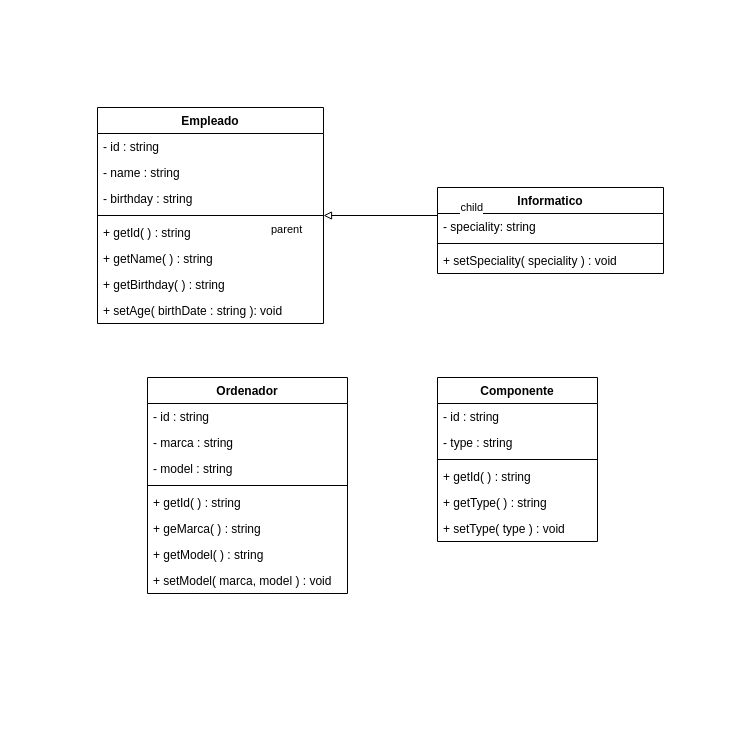
Before: PRO/03-Tarea/03-Tarea-03_1.drawio in soyHiwan/DAM-Cesur, a draw.io diagram. Source tidied: cells renumbered, new cells numbered last; positions are measured from the earlier drawing's top-left corner, leaving out a move shared by most shapes. Both pictures are drawn from the tidied source at 100%, with x=0, y=0 at pixel (97, 107).
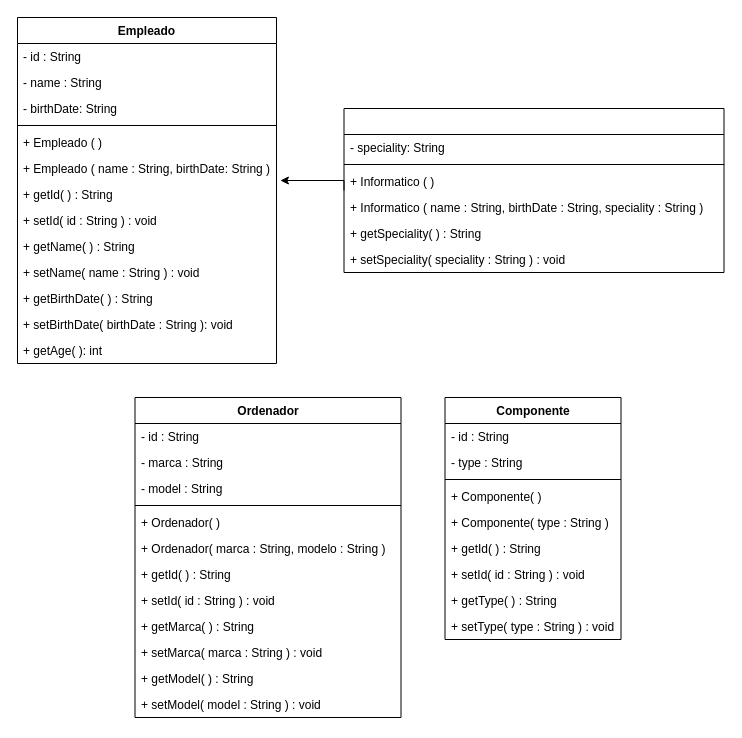
The same diagram, later.

What changed in the source:
```diff
@@
     <mxCell id="2" value="Empleado" style="swimlane;fontStyle=1;align=center;verticalAlign=top;horizontal=1;startSize=26;whiteSpace=wrap;html=1;" parent="1" vertex="1">
-      <mxGeometry width="226" height="216" as="geometry" />
+      <mxGeometry x="-80" y="-90" width="259" height="346" as="geometry" />
     </mxCell>
-    <mxCell id="3" value="- id : string" style="text;strokeColor=none;fillColor=none;align=left;verticalAlign=top;spacingLeft=4;spacingRight=4;overflow=hidden;whiteSpace=wrap;html=1;" parent="2" vertex="1">
-      <mxGeometry y="26" width="226" height="26" as="geometry" />
-    </mxCell>
-    <mxCell id="4" value="- name : string" style="text;strokeColor=none;fillColor=none;align=left;verticalAlign=top;spacingLeft=4;spacingRight=4;overflow=hidden;whiteSpace=wrap;html=1;" parent="2" vertex="1">
-      <mxGeometry y="52" width="226" height="26" as="geometry" />
-    </mxCell>
-    <mxCell id="5" value="- birthday : string" style="text;strokeColor=none;fillColor=none;align=left;verticalAlign=top;spacingLeft=4;spacingRight=4;overflow=hidden;whiteSpace=wrap;html=1;" parent="2" vertex="1">
-      <mxGeometry y="78" width="226" height="26" as="geometry" />
-    </mxCell>
-    <mxCell id="6" style="line;strokeWidth=1;fillColor=none;align=left;verticalAlign=middle;spacingTop=-1;spacingLeft=3;spacingRight=3;labelPosition=right;strokeColor=inherit;labelPerimeter=1;" parent="2" vertex="1">
-      <mxGeometry y="104" width="226" height="8" as="geometry" />
-    </mxCell>
-    <mxCell id="7" value="+ getId( ) : string" style="text;strokeColor=none;fillColor=none;align=left;verticalAlign=top;spacingLeft=4;spacingRight=4;overflow=hidden;whiteSpace=wrap;html=1;" parent="2" vertex="1">
-      <mxGeometry y="112" width="226" height="26" as="geometry" />
-    </mxCell>
-    <mxCell id="8" value="+ getName( ) : string" style="text;strokeColor=none;fillColor=none;align=left;verticalAlign=top;spacingLeft=4;spacingRight=4;overflow=hidden;whiteSpace=wrap;html=1;" parent="2" vertex="1">
-      <mxGeometry y="138" width="226" height="26" as="geometry" />
-    </mxCell>
-    <mxCell id="9" value="+ getBirthday( ) : string" style="text;strokeColor=none;fillColor=none;align=left;verticalAlign=top;spacingLeft=4;spacingRight=4;overflow=hidden;whiteSpace=wrap;html=1;" parent="2" vertex="1">
-      <mxGeometry y="164" width="226" height="26" as="geometry" />
-    </mxCell>
-    <mxCell id="10" value="+ setAge( birthDate : string ): void" style="text;strokeColor=none;fillColor=none;align=left;verticalAlign=top;spacingLeft=4;spacingRight=4;overflow=hidden;whiteSpace=wrap;html=1;" parent="2" vertex="1">
-      <mxGeometry y="190" width="226" height="26" as="geometry" />
-    </mxCell>
-    <mxCell id="11" value="Informatico" style="swimlane;fontStyle=1;align=center;verticalAlign=top;horizontal=1;startSize=26;whiteSpace=wrap;html=1;" parent="1" vertex="1">
-      <mxGeometry x="340" y="80" width="226" height="86" as="geometry" />
-    </mxCell>
-    <mxCell id="12" value="- speciality: string" style="text;strokeColor=none;fillColor=none;align=left;verticalAlign=top;spacingLeft=4;spacingRight=4;overflow=hidden;points=[[0,0.5],[1,0.5]];portConstraint=eastwest;whiteSpace=wrap;html=1;" parent="11" vertex="1">
-      <mxGeometry y="26" width="226" height="26" as="geometry" />
-    </mxCell>
-    <mxCell id="13" style="line;strokeWidth=1;fillColor=none;align=left;verticalAlign=middle;spacingTop=-1;spacingLeft=3;spacingRight=3;labelPosition=right;strokeColor=inherit;labelPerimeter=1;" parent="11" vertex="1">
-      <mxGeometry y="52" width="226" height="8" as="geometry" />
-    </mxCell>
-    <mxCell id="14" value="+ setSpeciality( speciality ) : void" style="text;strokeColor=none;fillColor=none;align=left;verticalAlign=top;spacingLeft=4;spacingRight=4;overflow=hidden;whiteSpace=wrap;html=1;" parent="11" vertex="1">
-      <mxGeometry y="60" width="226" height="26" as="geometry" />
-    </mxCell>
-    <mxCell id="15" style="endArrow=none;html=1;edgeStyle=orthogonalEdgeStyle;rounded=0;defaultLabelBackgroundColor=page;labelPadding=0 4;exitX=1;exitY=0.5;exitDx=0;exitDy=0;entryX=0;entryY=0.077;entryDx=0;entryDy=0;endFill=0;startArrow=block;startFill=0;entryPerimeter=0;" parent="1" edge="1" source="2" target="12">
-      <mxGeometry x="-0.57" relative="1" as="geometry" />
-    </mxCell>
-    <mxCell id="16" value="parent" style="edgeLabel;html=1;align=left;verticalAlign=bottom;inheritText=1;defaultLabelBackgroundColor=page;labelPadding=0 4;" parent="15" vertex="1">
-      <mxGeometry x="-1" relative="1" as="geometry">
-        <mxPoint x="-54" y="22" as="offset" />
-      </mxGeometry>
-    </mxCell>
-    <mxCell id="17" value="child" style="edgeLabel;html=1;align=right;verticalAlign=bottom;inheritText=1;defaultLabelBackgroundColor=page;labelPadding=0 4;" parent="15" vertex="1">
-      <mxGeometry x="1" relative="1" as="geometry">
-        <mxPoint x="46" as="offset" />
-      </mxGeometry>
-    </mxCell>
+    <mxCell id="34" value="- id : String" style="text;strokeColor=none;fillColor=none;align=left;verticalAlign=top;spacingLeft=4;spacingRight=4;overflow=hidden;whiteSpace=wrap;html=1;" parent="2" vertex="1">
+      <mxGeometry y="26" width="259" height="26" as="geometry" />
+    </mxCell>
+    <mxCell id="35" value="- name : String" style="text;strokeColor=none;fillColor=none;align=left;verticalAlign=top;spacingLeft=4;spacingRight=4;overflow=hidden;whiteSpace=wrap;html=1;" parent="2" vertex="1">
+      <mxGeometry y="52" width="259" height="26" as="geometry" />
+    </mxCell>
+    <mxCell id="36" value="- birthDate: String" style="text;strokeColor=none;fillColor=none;align=left;verticalAlign=top;spacingLeft=4;spacingRight=4;overflow=hidden;whiteSpace=wrap;html=1;" parent="2" vertex="1">
+      <mxGeometry y="78" width="259" height="26" as="geometry" />
+    </mxCell>
+    <mxCell id="37" style="line;strokeWidth=1;fillColor=none;align=left;verticalAlign=middle;spacingTop=-1;spacingLeft=3;spacingRight=3;labelPosition=right;strokeColor=inherit;labelPerimeter=1;" parent="2" vertex="1">
+      <mxGeometry y="104" width="259" height="8" as="geometry" />
+    </mxCell>
+    <mxCell id="38" value="+ Empleado ( )" style="text;strokeColor=none;fillColor=none;align=left;verticalAlign=top;spacingLeft=4;spacingRight=4;overflow=hidden;whiteSpace=wrap;html=1;" parent="2" vertex="1">
+      <mxGeometry y="112" width="259" height="26" as="geometry" />
+    </mxCell>
+    <mxCell id="39" value="+ Empleado ( name : String, birthDate: String )" style="text;strokeColor=none;fillColor=none;align=left;verticalAlign=top;spacingLeft=4;spacingRight=4;overflow=hidden;whiteSpace=wrap;html=1;" parent="2" vertex="1">
+      <mxGeometry y="138" width="259" height="26" as="geometry" />
+    </mxCell>
+    <mxCell id="40" value="+ getId( ) : String" style="text;strokeColor=none;fillColor=none;align=left;verticalAlign=top;spacingLeft=4;spacingRight=4;overflow=hidden;points=[[0,0.5],[1,0.5]];portConstraint=eastwest;whiteSpace=wrap;html=1;" parent="2" vertex="1">
+      <mxGeometry y="164" width="259" height="26" as="geometry" />
+    </mxCell>
+    <mxCell id="41" value="+ setId( id : String ) : void" style="text;strokeColor=none;fillColor=none;align=left;verticalAlign=top;spacingLeft=4;spacingRight=4;overflow=hidden;whiteSpace=wrap;html=1;" parent="2" vertex="1">
+      <mxGeometry y="190" width="259" height="26" as="geometry" />
+    </mxCell>
+    <mxCell id="42" value="+ getName( ) : String" style="text;strokeColor=none;fillColor=none;align=left;verticalAlign=top;spacingLeft=4;spacingRight=4;overflow=hidden;whiteSpace=wrap;html=1;" parent="2" vertex="1">
+      <mxGeometry y="216" width="259" height="26" as="geometry" />
+    </mxCell>
+    <mxCell id="43" value="+ setName( name : String ) : void" style="text;strokeColor=none;fillColor=none;align=left;verticalAlign=top;spacingLeft=4;spacingRight=4;overflow=hidden;whiteSpace=wrap;html=1;" parent="2" vertex="1">
+      <mxGeometry y="242" width="259" height="26" as="geometry" />
+    </mxCell>
+    <mxCell id="44" value="+ getBirthDate( ) : String" style="text;strokeColor=none;fillColor=none;align=left;verticalAlign=top;spacingLeft=4;spacingRight=4;overflow=hidden;whiteSpace=wrap;html=1;" parent="2" vertex="1">
+      <mxGeometry y="268" width="259" height="26" as="geometry" />
+    </mxCell>
+    <mxCell id="45" value="+ setBirthDate( birthDate : String ): void" style="text;strokeColor=none;fillColor=none;align=left;verticalAlign=top;spacingLeft=4;spacingRight=4;overflow=hidden;whiteSpace=wrap;html=1;" parent="2" vertex="1">
+      <mxGeometry y="294" width="259" height="26" as="geometry" />
+    </mxCell>
+    <mxCell id="46" value="+ getAge( ): int" style="text;strokeColor=none;fillColor=none;align=left;verticalAlign=top;spacingLeft=4;spacingRight=4;overflow=hidden;whiteSpace=wrap;html=1;" parent="2" vertex="1">
+      <mxGeometry y="320" width="259" height="26" as="geometry" />
+    </mxCell>
+    <mxCell id="47" value=" " style="swimlane;fontStyle=1;align=center;verticalAlign=top;horizontal=1;startSize=26;whiteSpace=wrap;html=1;" parent="1" vertex="1">
+      <mxGeometry x="246.5" y="1" width="380" height="164" as="geometry" />
+    </mxCell>
+    <mxCell id="48" value="- speciality: String" style="text;strokeColor=none;fillColor=none;align=left;verticalAlign=top;spacingLeft=4;spacingRight=4;overflow=hidden;whiteSpace=wrap;html=1;" parent="47" vertex="1">
+      <mxGeometry y="26" width="380" height="26" as="geometry" />
+    </mxCell>
+    <mxCell id="49" style="line;strokeWidth=1;fillColor=none;align=left;verticalAlign=middle;spacingTop=-1;spacingLeft=3;spacingRight=3;labelPosition=right;strokeColor=inherit;labelPerimeter=1;" parent="47" vertex="1">
+      <mxGeometry y="52" width="380" height="8" as="geometry" />
+    </mxCell>
+    <mxCell id="50" value="+ Informatico ( )" style="text;strokeColor=none;fillColor=none;align=left;verticalAlign=top;spacingLeft=4;spacingRight=4;overflow=hidden;whiteSpace=wrap;html=1;" parent="47" vertex="1">
+      <mxGeometry y="60" width="380" height="26" as="geometry" />
+    </mxCell>
+    <mxCell id="51" value="+ Informatico ( name : String, birthDate : String, speciality : String )" style="text;strokeColor=none;fillColor=none;align=left;verticalAlign=top;spacingLeft=4;spacingRight=4;overflow=hidden;whiteSpace=wrap;html=1;" parent="47" vertex="1">
+      <mxGeometry y="86" width="380" height="26" as="geometry" />
+    </mxCell>
+    <mxCell id="52" value="+ getSpeciality( ) : String" style="text;strokeColor=none;fillColor=none;align=left;verticalAlign=top;spacingLeft=4;spacingRight=4;overflow=hidden;whiteSpace=wrap;html=1;" parent="47" vertex="1">
+      <mxGeometry y="112" width="380" height="26" as="geometry" />
+    </mxCell>
+    <mxCell id="53" value="+ setSpeciality( speciality : String ) : void" style="text;strokeColor=none;fillColor=none;align=left;verticalAlign=top;spacingLeft=4;spacingRight=4;overflow=hidden;whiteSpace=wrap;html=1;" parent="47" vertex="1">
+      <mxGeometry y="138" width="380" height="26" as="geometry" />
+    </mxCell>
     <mxCell id="18" value="Ordenador" style="swimlane;fontStyle=1;align=center;verticalAlign=top;horizontal=1;startSize=26;whiteSpace=wrap;html=1;" parent="1" vertex="1">
-      <mxGeometry x="50" y="270" width="200" height="216" as="geometry" />
+      <mxGeometry x="37.5" y="290" width="266" height="320" as="geometry" />
     </mxCell>
-    <mxCell id="19" value="- id : string" style="text;strokeColor=none;fillColor=none;align=left;verticalAlign=top;spacingLeft=4;spacingRight=4;overflow=hidden;whiteSpace=wrap;html=1;" parent="18" vertex="1">
-      <mxGeometry y="26" width="200" height="26" as="geometry" />
-    </mxCell>
-    <mxCell id="20" value="- marca : string" style="text;strokeColor=none;fillColor=none;align=left;verticalAlign=top;spacingLeft=4;spacingRight=4;overflow=hidden;whiteSpace=wrap;html=1;" parent="18" vertex="1">
-      <mxGeometry y="52" width="200" height="26" as="geometry" />
-    </mxCell>
-    <mxCell id="21" value="- model : string" style="text;strokeColor=none;fillColor=none;align=left;verticalAlign=top;spacingLeft=4;spacingRight=4;overflow=hidden;whiteSpace=wrap;html=1;" parent="18" vertex="1">
-      <mxGeometry y="78" width="200" height="26" as="geometry" />
-    </mxCell>
-    <mxCell id="22" style="line;strokeWidth=1;fillColor=none;align=left;verticalAlign=middle;spacingTop=-1;spacingLeft=3;spacingRight=3;labelPosition=right;strokeColor=inherit;labelPerimeter=1;" parent="18" vertex="1">
-      <mxGeometry y="104" width="200" height="8" as="geometry" />
-    </mxCell>
-    <mxCell id="23" value="+ getId( ) : string" style="text;strokeColor=none;fillColor=none;align=left;verticalAlign=top;spacingLeft=4;spacingRight=4;overflow=hidden;whiteSpace=wrap;html=1;" parent="18" vertex="1">
-      <mxGeometry y="112" width="200" height="26" as="geometry" />
-    </mxCell>
-    <mxCell id="24" value="+ geMarca( ) : string" style="text;strokeColor=none;fillColor=none;align=left;verticalAlign=top;spacingLeft=4;spacingRight=4;overflow=hidden;whiteSpace=wrap;html=1;" parent="18" vertex="1">
-      <mxGeometry y="138" width="200" height="26" as="geometry" />
-    </mxCell>
-    <mxCell id="25" value="+ getModel( ) : string" style="text;strokeColor=none;fillColor=none;align=left;verticalAlign=top;spacingLeft=4;spacingRight=4;overflow=hidden;whiteSpace=wrap;html=1;" parent="18" vertex="1">
-      <mxGeometry y="164" width="200" height="26" as="geometry" />
-    </mxCell>
-    <mxCell id="26" value="+ setModel( marca, model ) : void" style="text;strokeColor=none;fillColor=none;align=left;verticalAlign=top;spacingLeft=4;spacingRight=4;overflow=hidden;whiteSpace=wrap;html=1;" parent="18" vertex="1">
-      <mxGeometry y="190" width="200" height="26" as="geometry" />
-    </mxCell>
+    <mxCell id="54" value="- id : String" style="text;strokeColor=none;fillColor=none;align=left;verticalAlign=top;spacingLeft=4;spacingRight=4;overflow=hidden;whiteSpace=wrap;html=1;" parent="18" vertex="1">
+      <mxGeometry y="26" width="266" height="26" as="geometry" />
+    </mxCell>
+    <mxCell id="55" value="- marca : String" style="text;strokeColor=none;fillColor=none;align=left;verticalAlign=top;spacingLeft=4;spacingRight=4;overflow=hidden;whiteSpace=wrap;html=1;" parent="18" vertex="1">
+      <mxGeometry y="52" width="266" height="26" as="geometry" />
+    </mxCell>
+    <mxCell id="56" value="- model : String" style="text;strokeColor=none;fillColor=none;align=left;verticalAlign=top;spacingLeft=4;spacingRight=4;overflow=hidden;whiteSpace=wrap;html=1;" parent="18" vertex="1">
+      <mxGeometry y="78" width="266" height="26" as="geometry" />
+    </mxCell>
+    <mxCell id="57" style="line;strokeWidth=1;fillColor=none;align=left;verticalAlign=middle;spacingTop=-1;spacingLeft=3;spacingRight=3;labelPosition=right;strokeColor=inherit;labelPerimeter=1;" parent="18" vertex="1">
+      <mxGeometry y="104" width="266" height="8" as="geometry" />
+    </mxCell>
+    <mxCell id="58" value="+ Ordenador( )" style="text;strokeColor=none;fillColor=none;align=left;verticalAlign=top;spacingLeft=4;spacingRight=4;overflow=hidden;whiteSpace=wrap;html=1;" parent="18" vertex="1">
+      <mxGeometry y="112" width="266" height="26" as="geometry" />
+    </mxCell>
+    <mxCell id="59" value="+ Ordenador( marca : String, modelo : String )" style="text;strokeColor=none;fillColor=none;align=left;verticalAlign=top;spacingLeft=4;spacingRight=4;overflow=hidden;whiteSpace=wrap;html=1;" parent="18" vertex="1">
+      <mxGeometry y="138" width="266" height="26" as="geometry" />
+    </mxCell>
+    <mxCell id="60" value="+ getId( ) : String" style="text;strokeColor=none;fillColor=none;align=left;verticalAlign=top;spacingLeft=4;spacingRight=4;overflow=hidden;whiteSpace=wrap;html=1;" parent="18" vertex="1">
+      <mxGeometry y="164" width="266" height="26" as="geometry" />
+    </mxCell>
+    <mxCell id="61" value="+ setId( id : String ) : void" style="text;strokeColor=none;fillColor=none;align=left;verticalAlign=top;spacingLeft=4;spacingRight=4;overflow=hidden;whiteSpace=wrap;html=1;" parent="18" vertex="1">
+      <mxGeometry y="190" width="266" height="26" as="geometry" />
+    </mxCell>
+    <mxCell id="62" value="+ getMarca( ) : String" style="text;strokeColor=none;fillColor=none;align=left;verticalAlign=top;spacingLeft=4;spacingRight=4;overflow=hidden;whiteSpace=wrap;html=1;" parent="18" vertex="1">
+      <mxGeometry y="216" width="266" height="26" as="geometry" />
+    </mxCell>
+    <mxCell id="63" value="+ setMarca( marca : String ) : void" style="text;strokeColor=none;fillColor=none;align=left;verticalAlign=top;spacingLeft=4;spacingRight=4;overflow=hidden;whiteSpace=wrap;html=1;" parent="18" vertex="1">
+      <mxGeometry y="242" width="266" height="26" as="geometry" />
+    </mxCell>
+    <mxCell id="64" value="+ getModel( ) : String" style="text;strokeColor=none;fillColor=none;align=left;verticalAlign=top;spacingLeft=4;spacingRight=4;overflow=hidden;whiteSpace=wrap;html=1;" parent="18" vertex="1">
+      <mxGeometry y="268" width="266" height="26" as="geometry" />
+    </mxCell>
+    <mxCell id="65" value="+ setModel( model : String ) : void" style="text;strokeColor=none;fillColor=none;align=left;verticalAlign=top;spacingLeft=4;spacingRight=4;overflow=hidden;whiteSpace=wrap;html=1;" parent="18" vertex="1">
+      <mxGeometry y="294" width="266" height="26" as="geometry" />
+    </mxCell>
     <mxCell id="27" value="Componente" style="swimlane;fontStyle=1;align=center;verticalAlign=top;horizontal=1;startSize=26;whiteSpace=wrap;html=1;" parent="1" vertex="1">
-      <mxGeometry x="340" y="270" width="160" height="164" as="geometry" />
+      <mxGeometry x="347.5" y="290" width="176" height="242" as="geometry" />
     </mxCell>
-    <mxCell id="28" value="- id : string" style="text;strokeColor=none;fillColor=none;align=left;verticalAlign=top;spacingLeft=4;spacingRight=4;overflow=hidden;whiteSpace=wrap;html=1;" parent="27" vertex="1">
-      <mxGeometry y="26" width="160" height="26" as="geometry" />
-    </mxCell>
-    <mxCell id="29" value="- type : string" style="text;strokeColor=none;fillColor=none;align=left;verticalAlign=top;spacingLeft=4;spacingRight=4;overflow=hidden;whiteSpace=wrap;html=1;" parent="27" vertex="1">
-      <mxGeometry y="52" width="160" height="26" as="geometry" />
-    </mxCell>
-    <mxCell id="30" style="line;strokeWidth=1;fillColor=none;align=left;verticalAlign=middle;spacingTop=-1;spacingLeft=3;spacingRight=3;labelPosition=right;strokeColor=inherit;labelPerimeter=1;" parent="27" vertex="1">
-      <mxGeometry y="78" width="160" height="8" as="geometry" />
-    </mxCell>
-    <mxCell id="31" value="+ getId( ) : string" style="text;strokeColor=none;fillColor=none;align=left;verticalAlign=top;spacingLeft=4;spacingRight=4;overflow=hidden;whiteSpace=wrap;html=1;" parent="27" vertex="1">
-      <mxGeometry y="86" width="160" height="26" as="geometry" />
-    </mxCell>
-    <mxCell id="32" value="+ getType( ) : string" style="text;strokeColor=none;fillColor=none;align=left;verticalAlign=top;spacingLeft=4;spacingRight=4;overflow=hidden;whiteSpace=wrap;html=1;" parent="27" vertex="1">
-      <mxGeometry y="112" width="160" height="26" as="geometry" />
-    </mxCell>
-    <mxCell id="33" value="+ setType( type ) : void" style="text;strokeColor=none;fillColor=none;align=left;verticalAlign=top;spacingLeft=4;spacingRight=4;overflow=hidden;whiteSpace=wrap;html=1;" parent="27" vertex="1">
-      <mxGeometry y="138" width="160" height="26" as="geometry" />
-    </mxCell>
+    <mxCell id="66" value="- id : String" style="text;strokeColor=none;fillColor=none;align=left;verticalAlign=top;spacingLeft=4;spacingRight=4;overflow=hidden;whiteSpace=wrap;html=1;" parent="27" vertex="1">
+      <mxGeometry y="26" width="176" height="26" as="geometry" />
+    </mxCell>
+    <mxCell id="67" value="- type : String" style="text;strokeColor=none;fillColor=none;align=left;verticalAlign=top;spacingLeft=4;spacingRight=4;overflow=hidden;whiteSpace=wrap;html=1;" parent="27" vertex="1">
+      <mxGeometry y="52" width="176" height="26" as="geometry" />
+    </mxCell>
+    <mxCell id="68" style="line;strokeWidth=1;fillColor=none;align=left;verticalAlign=middle;spacingTop=-1;spacingLeft=3;spacingRight=3;labelPosition=right;strokeColor=inherit;labelPerimeter=1;" parent="27" vertex="1">
+      <mxGeometry y="78" width="176" height="8" as="geometry" />
+    </mxCell>
+    <mxCell id="69" value="+ Componente( )" style="text;strokeColor=none;fillColor=none;align=left;verticalAlign=top;spacingLeft=4;spacingRight=4;overflow=hidden;whiteSpace=wrap;html=1;" parent="27" vertex="1">
+      <mxGeometry y="86" width="176" height="26" as="geometry" />
+    </mxCell>
+    <mxCell id="70" value="+ Componente( type : String )" style="text;strokeColor=none;fillColor=none;align=left;verticalAlign=top;spacingLeft=4;spacingRight=4;overflow=hidden;whiteSpace=wrap;html=1;" parent="27" vertex="1">
+      <mxGeometry y="112" width="176" height="26" as="geometry" />
+    </mxCell>
+    <mxCell id="71" value="+ getId( ) : String" style="text;strokeColor=none;fillColor=none;align=left;verticalAlign=top;spacingLeft=4;spacingRight=4;overflow=hidden;whiteSpace=wrap;html=1;" parent="27" vertex="1">
+      <mxGeometry y="138" width="176" height="26" as="geometry" />
+    </mxCell>
+    <mxCell id="72" value="+ setId( id : String ) : void" style="text;strokeColor=none;fillColor=none;align=left;verticalAlign=top;spacingLeft=4;spacingRight=4;overflow=hidden;whiteSpace=wrap;html=1;" parent="27" vertex="1">
+      <mxGeometry y="164" width="176" height="26" as="geometry" />
+    </mxCell>
+    <mxCell id="73" value="+ getType( ) : String" style="text;strokeColor=none;fillColor=none;align=left;verticalAlign=top;spacingLeft=4;spacingRight=4;overflow=hidden;whiteSpace=wrap;html=1;" parent="27" vertex="1">
+      <mxGeometry y="190" width="176" height="26" as="geometry" />
+    </mxCell>
+    <mxCell id="74" value="+ setType( type : String ) : void" style="text;strokeColor=none;fillColor=none;align=left;verticalAlign=top;spacingLeft=4;spacingRight=4;overflow=hidden;whiteSpace=wrap;html=1;" parent="27" vertex="1">
+      <mxGeometry y="216" width="176" height="26" as="geometry" />
+    </mxCell>
+    <mxCell id="75" style="edgeStyle=orthogonalEdgeStyle;rounded=0;jettySize=auto;html=1;exitX=0;exitY=0.5;exitDx=0;exitDy=0;entryX=1.015;entryY=-0.038;entryDx=0;entryDy=0;entryPerimeter=0;defaultLabelBackgroundColor=page;labelPadding=0 4;" parent="1" edge="1" source="47" target="40">
+      <mxGeometry relative="1" as="geometry">
+        <Array as="points">
+          <mxPoint x="246.5" y="73" />
+        </Array>
+      </mxGeometry>
+    </mxCell>
```
